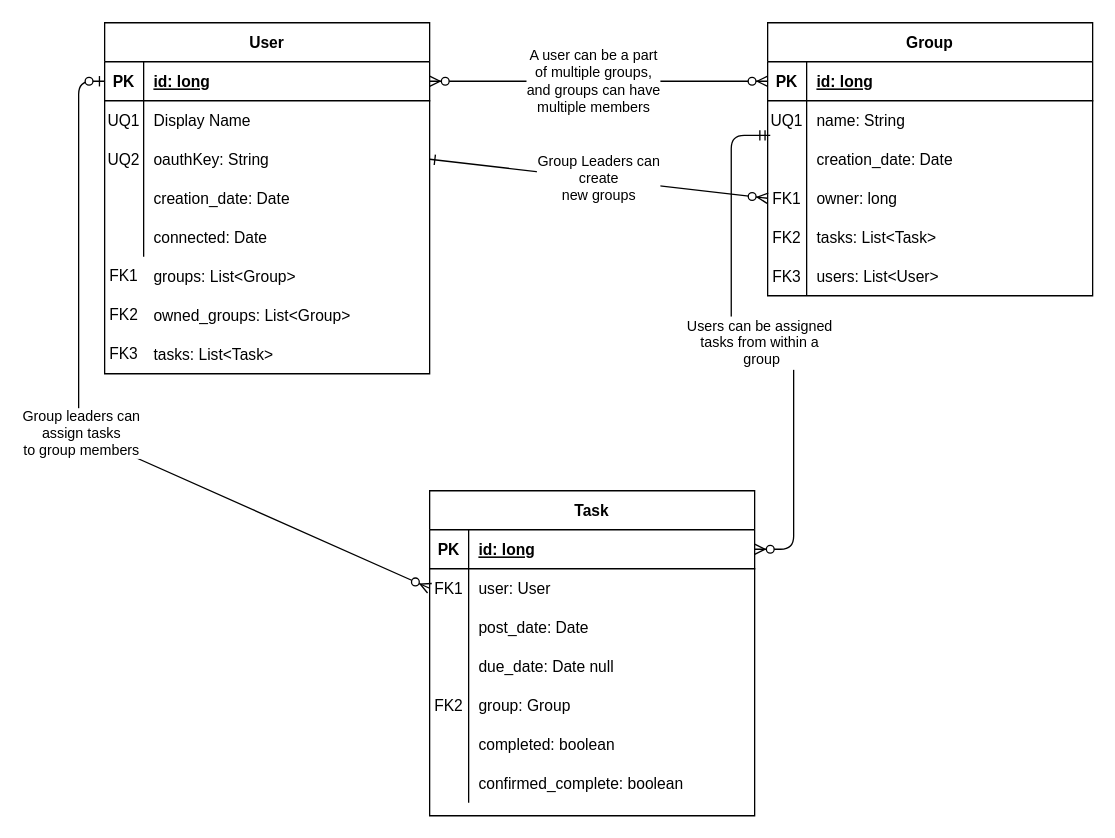
This is docs/work/capstone-erd.drawio from team-assignments/team-assignments.github.io, a draw.io file, before an edit. Source tidied: cells renumbered, new cells numbered last; positions are measured from the earlier drawing's top-left corner, leaving out a move shared by most shapes. Both pictures are drawn from the tidied source at 130%, with x=0, y=0 at pixel (78, 22).
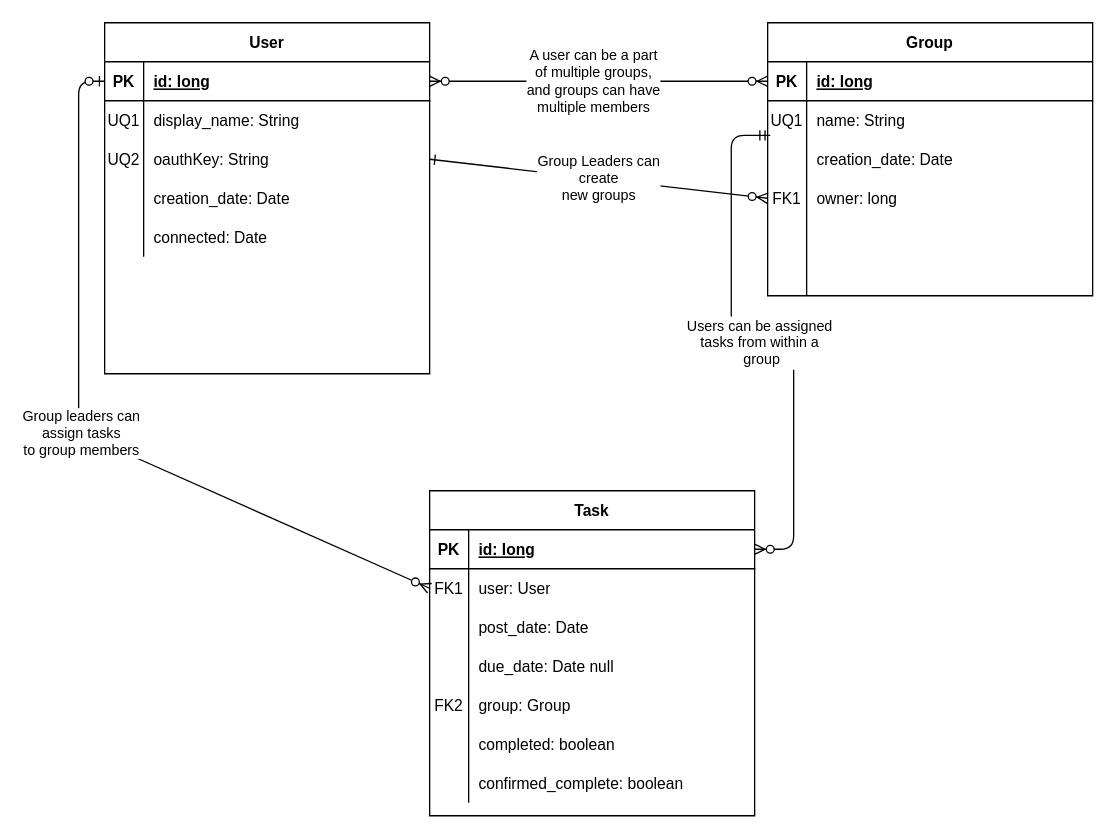
After the change.

The change refers to these unchanged cells:
```xml
<mxCell id="19" style="shape=partialRectangle;fillColor=none;top=0;left=0;right=0;bottom=0;" parent="6" vertex="1">
  <mxGeometry y="150" width="250" height="30" as="geometry" />
</mxCell>
<mxCell id="22" style="shape=partialRectangle;fillColor=none;top=0;left=0;right=0;bottom=0;" parent="6" vertex="1">
  <mxGeometry y="180" width="250" height="30" as="geometry" />
</mxCell>
<mxCell id="51" style="shape=partialRectangle;fillColor=none;top=0;left=0;right=0;bottom=0;" parent="47" vertex="1">
  <mxGeometry y="60" width="250" height="30" as="geometry" />
</mxCell>
```

What changed in the source:
```diff
@@
-    <mxCell id="20" value="FK2" style="shape=partialRectangle;overflow=hidden;fillColor=none;top=0;left=0;bottom=0;right=0;" parent="19" vertex="1">
+    <mxCell id="20" style="shape=partialRectangle;overflow=hidden;fillColor=none;top=0;left=0;bottom=0;right=0;" parent="19" vertex="1">
       <mxGeometry width="30" height="30" as="geometry" />
     </mxCell>
-    <mxCell id="21" value="tasks: List&lt;Task&gt;" style="shape=partialRectangle;overflow=hidden;fillColor=none;top=0;left=0;bottom=0;right=0;align=left;spacingLeft=6;" parent="19" vertex="1">
+    <mxCell id="21" style="shape=partialRectangle;overflow=hidden;fillColor=none;top=0;left=0;bottom=0;right=0;align=left;spacingLeft=6;" parent="19" vertex="1">
       <mxGeometry x="30" width="220" height="30" as="geometry" />
     </mxCell>
@@
-    <mxCell id="23" value="FK3" style="shape=partialRectangle;overflow=hidden;fillColor=none;top=0;left=0;bottom=0;right=0;" parent="22" vertex="1">
+    <mxCell id="23" style="shape=partialRectangle;overflow=hidden;fillColor=none;top=0;left=0;bottom=0;right=0;" parent="22" vertex="1">
       <mxGeometry width="30" height="30" as="geometry" />
     </mxCell>
-    <mxCell id="24" value="users: List&lt;User&gt;" style="shape=partialRectangle;overflow=hidden;fillColor=none;top=0;left=0;bottom=0;right=0;align=left;spacingLeft=6;" parent="22" vertex="1">
+    <mxCell id="24" style="shape=partialRectangle;overflow=hidden;fillColor=none;top=0;left=0;bottom=0;right=0;align=left;spacingLeft=6;" parent="22" vertex="1">
       <mxGeometry x="30" width="220" height="30" as="geometry" />
     </mxCell>
@@
-    <mxCell id="53" value="Display Name" style="shape=partialRectangle;overflow=hidden;fillColor=none;top=0;left=0;bottom=0;right=0;align=left;spacingLeft=6;" parent="51" vertex="1">
+    <mxCell id="53" value="display_name: String" style="shape=partialRectangle;overflow=hidden;fillColor=none;top=0;left=0;bottom=0;right=0;align=left;spacingLeft=6;" parent="51" vertex="1">
       <mxGeometry x="30" width="220" height="30" as="geometry" />
     </mxCell>
@@
-    <mxCell id="67" value="groups: List&lt;Group&gt;" style="shape=partialRectangle;overflow=hidden;fillColor=none;top=0;left=0;bottom=0;right=0;align=left;spacingLeft=6;" parent="1" vertex="1">
+    <mxCell id="67" style="shape=partialRectangle;overflow=hidden;fillColor=none;top=0;left=0;bottom=0;right=0;align=left;spacingLeft=6;" parent="1" vertex="1">
       <mxGeometry x="50" y="180" width="220" height="30" as="geometry" />
     </mxCell>
-    <mxCell id="68" value="owned_groups: List&lt;Group&gt;" style="shape=partialRectangle;overflow=hidden;fillColor=none;top=0;left=0;bottom=0;right=0;align=left;spacingLeft=6;" parent="1" vertex="1">
+    <mxCell id="68" style="shape=partialRectangle;overflow=hidden;fillColor=none;top=0;left=0;bottom=0;right=0;align=left;spacingLeft=6;" parent="1" vertex="1">
       <mxGeometry x="50" y="210" width="220" height="30" as="geometry" />
     </mxCell>
-    <mxCell id="69" value="tasks: List&lt;Task&gt;" style="shape=partialRectangle;overflow=hidden;fillColor=none;top=0;left=0;bottom=0;right=0;align=left;spacingLeft=6;" parent="1" vertex="1">
+    <mxCell id="69" style="shape=partialRectangle;overflow=hidden;fillColor=none;top=0;left=0;bottom=0;right=0;align=left;spacingLeft=6;" parent="1" vertex="1">
       <mxGeometry x="50" y="240" width="220" height="30" as="geometry" />
     </mxCell>
-    <mxCell id="70" value="FK1" style="text;html=1;strokeColor=none;fillColor=none;align=center;verticalAlign=middle;whiteSpace=wrap;rounded=0;" parent="1" vertex="1">
-      <mxGeometry x="20" y="185" width="30" height="20" as="geometry" />
-    </mxCell>
-    <mxCell id="71" value="FK2" style="text;html=1;strokeColor=none;fillColor=none;align=center;verticalAlign=middle;whiteSpace=wrap;rounded=0;" parent="1" vertex="1">
-      <mxGeometry x="25" y="215" width="20" height="20" as="geometry" />
-    </mxCell>
-    <mxCell id="72" value="FK3" style="text;html=1;strokeColor=none;fillColor=none;align=center;verticalAlign=middle;whiteSpace=wrap;rounded=0;" parent="1" vertex="1">
-      <mxGeometry x="20" y="245" width="30" height="20" as="geometry" />
-    </mxCell>
```
